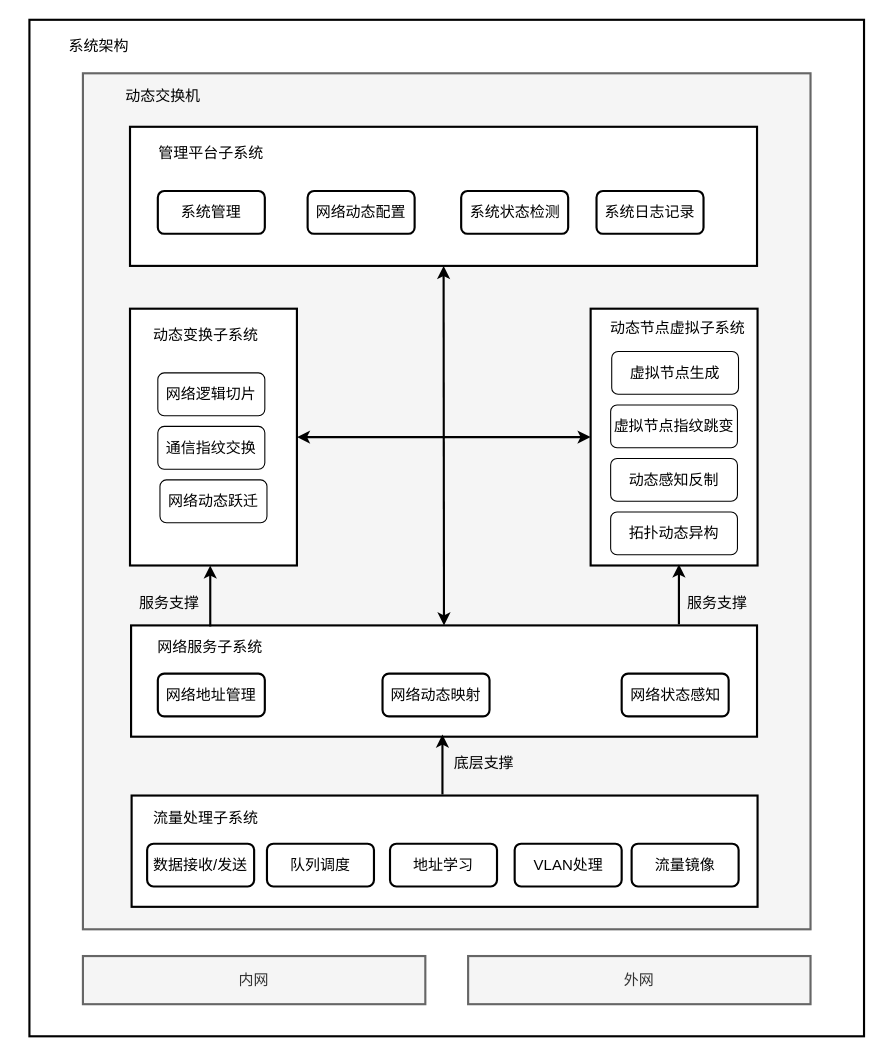
Earlier version of the draw.io diagram 未命名绘图.drawio (qiuqiu1234/my-test-pro). Source tidied: cells renumbered, new cells numbered last; positions are measured from the earlier drawing's top-left corner, leaving out a move shared by most shapes. Both pictures are drawn from the tidied source at 107%, with x=0, y=0 at pixel (18, 19).
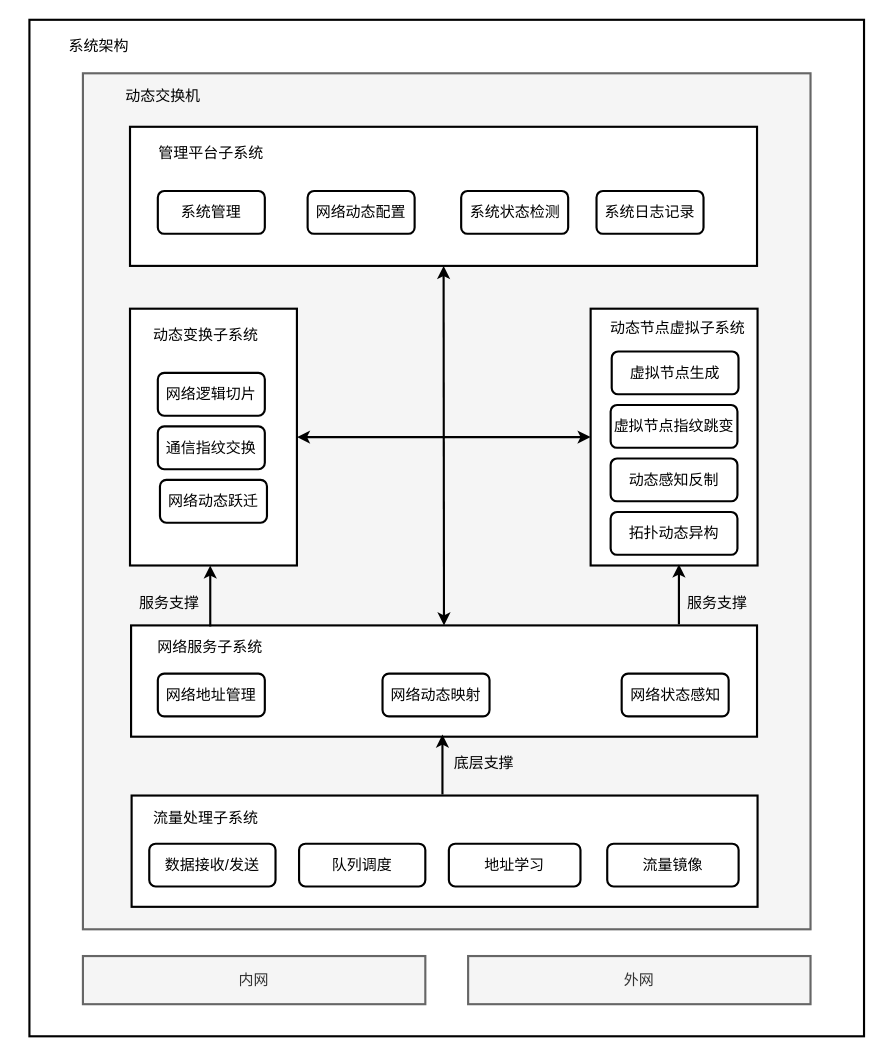
The same page after the edit.

Commit message:
更新未命名绘图.drawio

Diff of the diagram source:
```diff
@@
-    <mxCell id="12" value="&lt;font style=&quot;font-size: 14px;&quot;&gt;网络逻辑切片&lt;/font&gt;" style="rounded=1;whiteSpace=wrap;html=1;" parent="1" vertex="1">
+    <mxCell id="12" value="&lt;font style=&quot;font-size: 14px;&quot;&gt;网络逻辑切片&lt;/font&gt;" style="rounded=1;whiteSpace=wrap;html=1;strokeWidth=2;" parent="1" vertex="1">
       <mxGeometry x="130" y="330" width="100" height="40" as="geometry" />
     </mxCell>
-    <mxCell id="13" value="&lt;font style=&quot;font-size: 14px;&quot;&gt;通信指纹交换&lt;/font&gt;" style="rounded=1;whiteSpace=wrap;html=1;" parent="1" vertex="1">
+    <mxCell id="13" value="&lt;font style=&quot;font-size: 14px;&quot;&gt;通信指纹交换&lt;/font&gt;" style="rounded=1;whiteSpace=wrap;html=1;strokeWidth=2;" parent="1" vertex="1">
       <mxGeometry x="130" y="380" width="100" height="40" as="geometry" />
     </mxCell>
-    <mxCell id="14" value="&lt;font style=&quot;font-size: 14px;&quot;&gt;网络动态跃迁&lt;/font&gt;" style="rounded=1;whiteSpace=wrap;html=1;" parent="1" vertex="1">
+    <mxCell id="14" value="&lt;font style=&quot;font-size: 14px;&quot;&gt;网络动态跃迁&lt;/font&gt;" style="rounded=1;whiteSpace=wrap;html=1;strokeWidth=2;" parent="1" vertex="1">
       <mxGeometry x="132" y="430" width="100" height="40" as="geometry" />
     </mxCell>
@@
-    <mxCell id="16" value="&lt;font style=&quot;font-size: 14px;&quot;&gt;拓扑动态异构&lt;/font&gt;" style="rounded=1;whiteSpace=wrap;html=1;" parent="1" vertex="1">
+    <mxCell id="16" value="&lt;font style=&quot;font-size: 14px;&quot;&gt;拓扑动态异构&lt;/font&gt;" style="rounded=1;whiteSpace=wrap;html=1;strokeWidth=2;" parent="1" vertex="1">
       <mxGeometry x="553.2" y="460" width="118.5" height="40" as="geometry" />
     </mxCell>
-    <mxCell id="17" value="&lt;font style=&quot;font-size: 14px;&quot;&gt;动态感知反制&lt;/font&gt;" style="rounded=1;whiteSpace=wrap;html=1;" parent="1" vertex="1">
+    <mxCell id="17" value="&lt;font style=&quot;font-size: 14px;&quot;&gt;动态感知反制&lt;/font&gt;" style="rounded=1;whiteSpace=wrap;html=1;strokeWidth=2;" parent="1" vertex="1">
       <mxGeometry x="553.2" y="410" width="118.5" height="40" as="geometry" />
     </mxCell>
-    <mxCell id="18" value="&lt;font style=&quot;font-size: 14px;&quot;&gt;虚拟节点指纹跳变&lt;/font&gt;" style="rounded=1;whiteSpace=wrap;html=1;" parent="1" vertex="1">
+    <mxCell id="18" value="&lt;font style=&quot;font-size: 14px;&quot;&gt;虚拟节点指纹跳变&lt;/font&gt;" style="rounded=1;whiteSpace=wrap;html=1;strokeWidth=2;" parent="1" vertex="1">
       <mxGeometry x="553.2" y="360" width="118.5" height="40" as="geometry" />
     </mxCell>
@@
-    <mxCell id="20" value="&lt;font style=&quot;font-size: 14px;&quot;&gt;虚拟节点生成&lt;/font&gt;" style="rounded=1;whiteSpace=wrap;html=1;" parent="1" vertex="1">
+    <mxCell id="20" value="&lt;font style=&quot;font-size: 14px;&quot;&gt;虚拟节点生成&lt;/font&gt;" style="rounded=1;whiteSpace=wrap;html=1;strokeWidth=2;" parent="1" vertex="1">
       <mxGeometry x="554.2" y="310" width="118.5" height="40" as="geometry" />
     </mxCell>
@@
     <mxCell id="35" value="&lt;font style=&quot;font-size: 14px;&quot;&gt;数据接收/发送&lt;/font&gt;" style="rounded=1;whiteSpace=wrap;html=1;strokeWidth=2;" parent="1" vertex="1">
-      <mxGeometry x="120" y="770" width="100" height="40" as="geometry" />
+      <mxGeometry x="122" y="770" width="118" height="40" as="geometry" />
     </mxCell>
     <mxCell id="36" value="&lt;font style=&quot;font-size: 14px;&quot;&gt;队列调度&lt;/font&gt;" style="rounded=1;whiteSpace=wrap;html=1;strokeWidth=2;" parent="1" vertex="1">
-      <mxGeometry x="232" y="770" width="100" height="40" as="geometry" />
+      <mxGeometry x="262" y="770" width="118" height="40" as="geometry" />
     </mxCell>
     <mxCell id="37" value="&lt;font style=&quot;font-size: 14px;&quot;&gt;地址学习&lt;/font&gt;" style="rounded=1;whiteSpace=wrap;html=1;strokeWidth=2;" parent="1" vertex="1">
-      <mxGeometry x="347" y="770" width="100" height="40" as="geometry" />
+      <mxGeometry x="402" y="770" width="123" height="40" as="geometry" />
     </mxCell>
-    <mxCell id="38" value="&lt;font style=&quot;font-size: 14px;&quot;&gt;VLAN处理&lt;/font&gt;" style="rounded=1;whiteSpace=wrap;html=1;strokeWidth=2;" parent="1" vertex="1">
-      <mxGeometry x="463.5" y="770" width="100" height="40" as="geometry" />
-    </mxCell>
     <mxCell id="39" value="&lt;font style=&quot;font-size: 14px;&quot;&gt;流量镜像&lt;/font&gt;" style="rounded=1;whiteSpace=wrap;html=1;strokeWidth=2;" parent="1" vertex="1">
-      <mxGeometry x="572.8" y="770" width="100" height="40" as="geometry" />
+      <mxGeometry x="550" y="770" width="122.8" height="40" as="geometry" />
     </mxCell>
```
